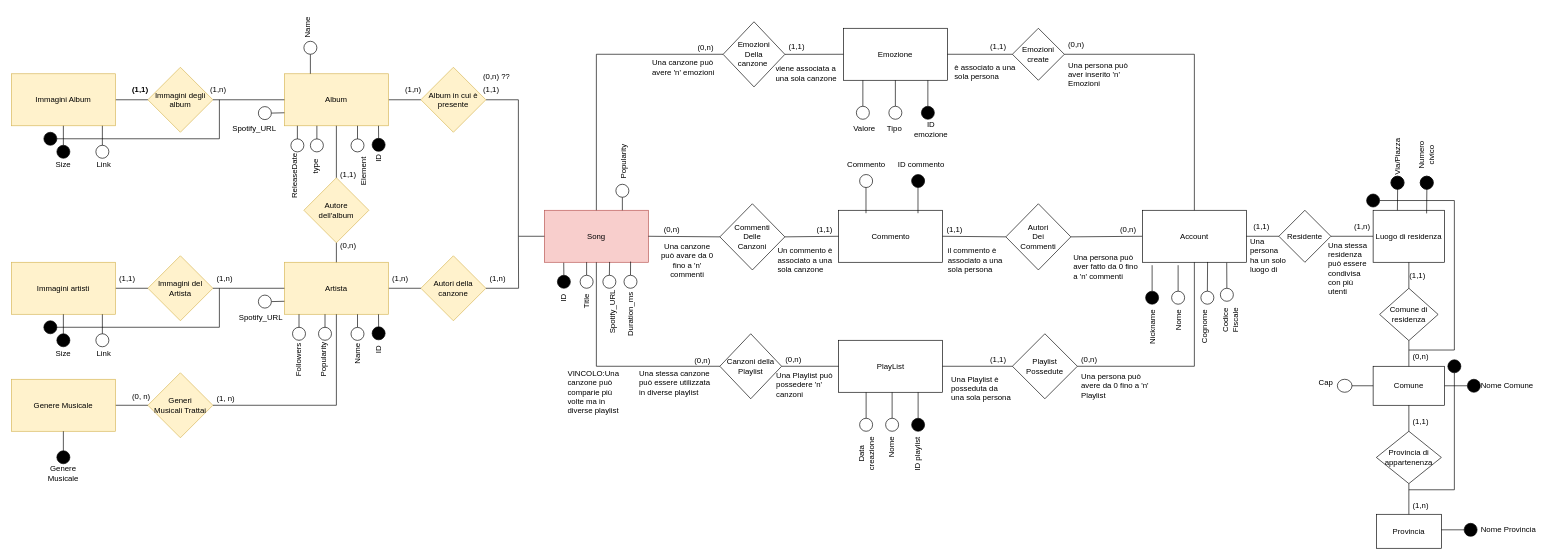
Earlier version of the draw.io diagram Schemi/ER-Database.drawio (MattyMar234/EmotionalSongs2). Source tidied: cells renumbered, new cells numbered last; positions are measured from the earlier drawing's top-left corner, leaving out a move shared by most shapes. Both pictures are drawn from the tidied source at 65%, with x=0, y=0 at pixel (11, 21).
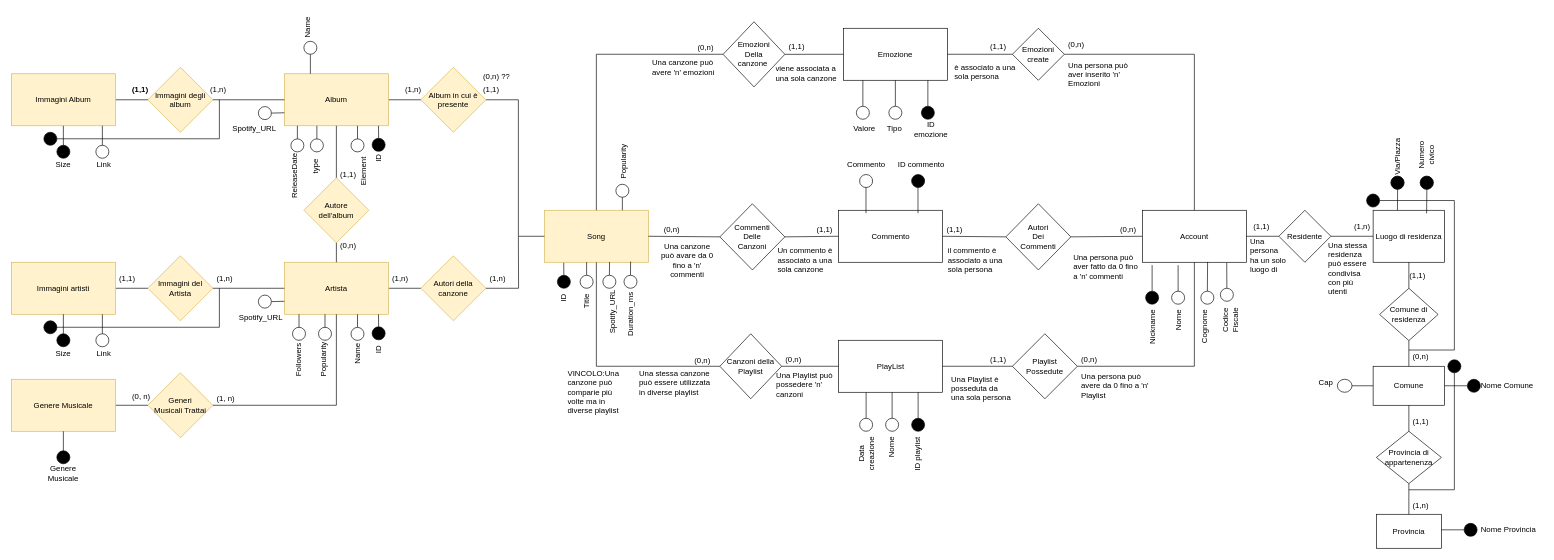
After the change.

What changed in the source:
```diff
@@
-    <mxCell id="2" value="Song" style="rounded=0;whiteSpace=wrap;html=1;fillColor=#f8cecc;strokeColor=#b85450;" parent="1" vertex="1">
+    <mxCell id="2" value="Song" style="rounded=0;whiteSpace=wrap;html=1;fillColor=#fff2cc;strokeColor=#d6b656;" parent="1" vertex="1">
       <mxGeometry x="820" y="290" width="160" height="80" as="geometry" />
     </mxCell>
```
